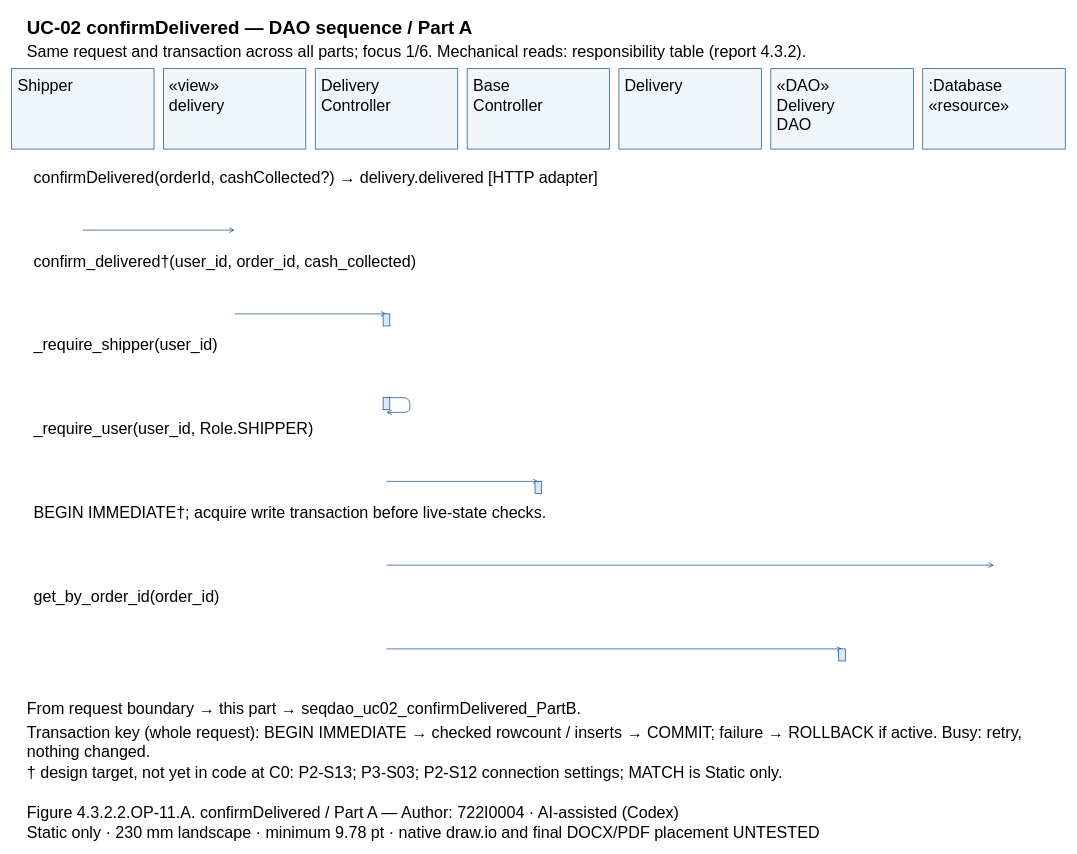
Above: models/UC-02/seqdao_uc02_confirmDelivered_PartA.drawio in Dat071104/SaigonBite (draw.io), before the change. Source tidied: cells renumbered, new cells numbered last; positions are measured from the earlier drawing's top-left corner, leaving out a move shared by most shapes. Both pictures are drawn from the tidied source at 67%, with x=0, y=0 at pixel (11, 11).
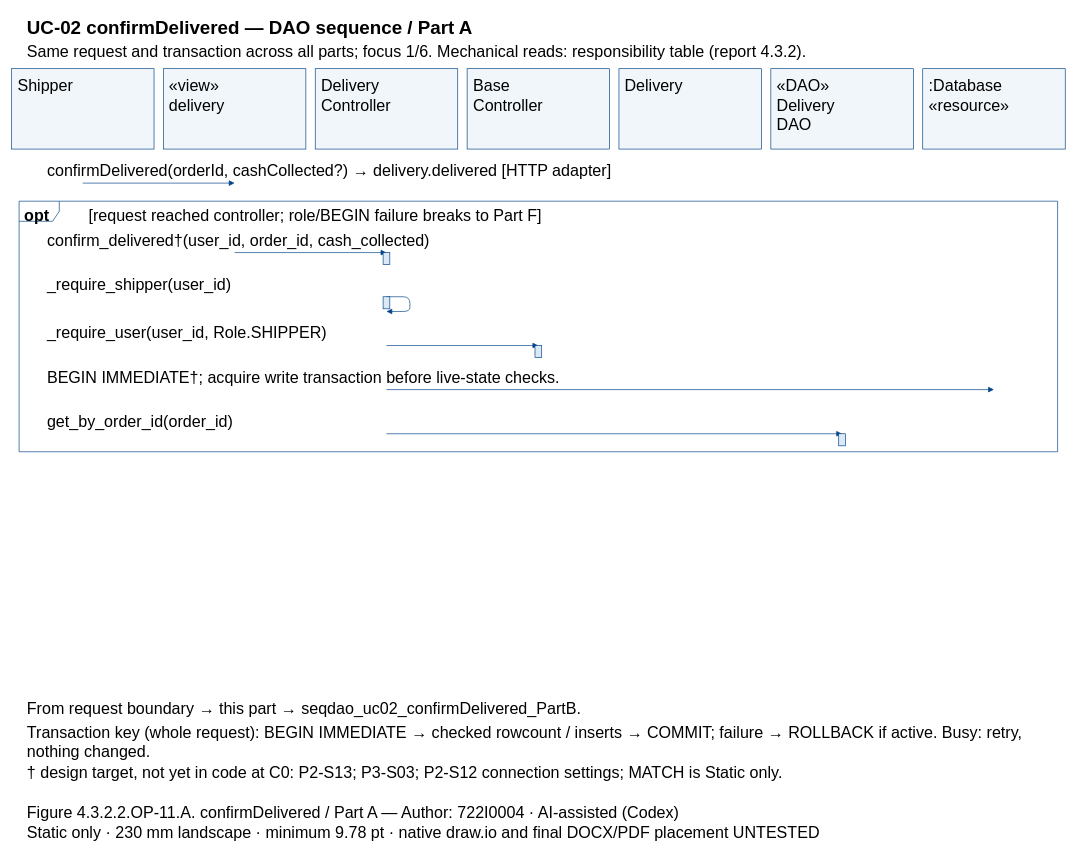
The same diagram, later.

The edit, as a diff of the source:
```diff
@@
+    <mxCell id="51" style="shape=umlFrame;fillColor=none;strokeColor=#004387;" parent="1" vertex="1">
+      <mxGeometry x="11" y="282.8" width="1550" height="374" as="geometry" />
+    </mxCell>
@@
-    <mxCell id="17" value=":Database&#10;«resource»" style="text;html=0;whiteSpace=wrap;align=left;verticalAlign=top;strokeColor=none;fillColor=none;fontFamily=Arial;fontSize=24;fontStyle=0;" parent="1" vertex="1">
-      <mxGeometry x="1366.7" y="90" width="198.7" height="55.7" as="geometry" />
-    </mxCell>
-    <mxCell id="18" value="confirmDelivered(orderId, cashCollected?) → delivery.delivered [HTTP adapter]" style="text;html=0;whiteSpace=wrap;align=left;verticalAlign=top;strokeColor=none;fillColor=none;fontFamily=Arial;fontSize=24;fontStyle=0;" parent="1" vertex="1">
-      <mxGeometry x="31" y="227" width="1510" height="27.8" as="geometry" />
+    <mxCell id="18" value=":Database&#10;«resource»" style="text;html=0;whiteSpace=wrap;align=left;verticalAlign=top;strokeColor=none;fillColor=none;fontFamily=Arial;fontSize=24;fontStyle=0;" parent="1" vertex="1">
+      <mxGeometry x="1366.7" y="90" width="198.7" height="55.7" as="geometry" />
     </mxCell>
+    <mxCell id="52" value="opt" style="text;html=0;whiteSpace=wrap;align=left;verticalAlign=top;strokeColor=none;fillColor=none;fontFamily=Arial;fontSize=24;fontStyle=1;" parent="1" vertex="1">
+      <mxGeometry x="17" y="283.8" width="84" height="27.8" as="geometry" />
+    </mxCell>
+    <mxCell id="53" value="[request reached controller; role/BEGIN failure breaks to Part F]" style="text;html=0;whiteSpace=wrap;align=left;verticalAlign=top;strokeColor=none;fillColor=none;fontFamily=Arial;fontSize=24;fontStyle=0;" parent="1" vertex="1">
+      <mxGeometry x="113" y="283.8" width="1438" height="27.8" as="geometry" />
+    </mxCell>
+    <mxCell id="54" value="confirmDelivered(orderId, cashCollected?) → delivery.delivered [HTTP adapter]" style="text;html=0;whiteSpace=wrap;align=left;verticalAlign=top;strokeColor=none;fillColor=none;fontFamily=Arial;fontSize=24;fontStyle=0;" parent="1" vertex="1">
+      <mxGeometry x="51" y="217" width="1470" height="27.8" as="geometry" />
+    </mxCell>
     <mxCell id="19" style="opacity=0;" parent="1" vertex="1">
-      <mxGeometry x="106" y="326" as="geometry" />
+      <mxGeometry x="106" y="255.8" as="geometry" />
     </mxCell>
     <mxCell id="20" style="opacity=0;" parent="1" vertex="1">
-      <mxGeometry x="332.7" y="326" as="geometry" />
+      <mxGeometry x="332.7" y="255.8" as="geometry" />
     </mxCell>
-    <mxCell id="21" style="edgeStyle=none;endArrow=open;strokeColor=#004387;exitX=0.5;entryX=0.5;exitPerimeter=0;entryPerimeter=0;" parent="1" edge="1" source="19" target="20">
+    <mxCell id="21" style="edgeStyle=none;endArrow=block;endFill=1;strokeColor=#004387;exitX=0.5;entryX=0.5;exitPerimeter=0;entryPerimeter=0;" parent="1" edge="1" source="19" target="20">
       <mxGeometry relative="1" as="geometry" />
     </mxCell>
-    <mxCell id="22" value="confirm_delivered†(user_id, order_id, cash_collected)" style="text;html=0;whiteSpace=wrap;align=left;verticalAlign=top;strokeColor=none;fillColor=none;fontFamily=Arial;fontSize=24;fontStyle=0;" parent="1" vertex="1">
-      <mxGeometry x="31" y="352" width="1510" height="27.8" as="geometry" />
-    </mxCell>
+    <mxCell id="27" value="confirm_delivered†(user_id, order_id, cash_collected)" style="text;html=0;whiteSpace=wrap;align=left;verticalAlign=top;strokeColor=none;fillColor=none;fontFamily=Arial;fontSize=24;fontStyle=0;" parent="1" vertex="1">
+      <mxGeometry x="51" y="320.7" width="1470" height="27.8" as="geometry" />
+    </mxCell>
     <mxCell id="23" style="opacity=0;" parent="1" vertex="1">
-      <mxGeometry x="332.7" y="451" as="geometry" />
+      <mxGeometry x="332.7" y="359.5" as="geometry" />
     </mxCell>
     <mxCell id="24" style="opacity=0;" parent="1" vertex="1">
-      <mxGeometry x="559.3" y="451" as="geometry" />
+      <mxGeometry x="559.3" y="359.5" as="geometry" />
     </mxCell>
-    <mxCell id="25" style="edgeStyle=none;endArrow=open;strokeColor=#004387;exitX=0.5;entryX=0.5;exitPerimeter=0;entryPerimeter=0;" parent="1" edge="1" source="23" target="24">
+    <mxCell id="25" style="edgeStyle=none;endArrow=block;endFill=1;strokeColor=#004387;exitX=0.5;entryX=0.5;exitPerimeter=0;entryPerimeter=0;" parent="1" edge="1" source="23" target="24">
       <mxGeometry relative="1" as="geometry" />
     </mxCell>
-    <mxCell id="26" style="fillColor=#DAE9F5;strokeColor=#004387;" parent="1" vertex="1">
-      <mxGeometry x="554.3" y="451" width="10" height="18" as="geometry" />
-    </mxCell>
-    <mxCell id="27" value="_require_shipper(user_id)" style="text;html=0;whiteSpace=wrap;align=left;verticalAlign=top;strokeColor=none;fillColor=none;fontFamily=Arial;fontSize=24;fontStyle=0;" parent="1" vertex="1">
-      <mxGeometry x="31" y="477" width="1510" height="27.8" as="geometry" />
-    </mxCell>
+    <mxCell id="31" style="fillColor=#DAE9F5;strokeColor=#004387;" parent="1" vertex="1">
+      <mxGeometry x="554.3" y="359.5" width="10" height="18" as="geometry" />
+    </mxCell>
+    <mxCell id="32" value="_require_shipper(user_id)" style="text;html=0;whiteSpace=wrap;align=left;verticalAlign=top;strokeColor=none;fillColor=none;fontFamily=Arial;fontSize=24;fontStyle=0;" parent="1" vertex="1">
+      <mxGeometry x="51" y="386.5" width="1470" height="27.8" as="geometry" />
+    </mxCell>
     <mxCell id="28" style="opacity=0;" parent="1" vertex="1">
-      <mxGeometry x="559.3" y="576" as="geometry" />
+      <mxGeometry x="559.3" y="425.4" as="geometry" />
     </mxCell>
     <mxCell id="29" style="opacity=0;" parent="1" vertex="1">
-      <mxGeometry x="559.3" y="598" as="geometry" />
+      <mxGeometry x="559.3" y="447.4" as="geometry" />
     </mxCell>
-    <mxCell id="30" style="edgeStyle=none;endArrow=open;strokeColor=#004387;exitX=0.5;entryX=0.5;exitPerimeter=0;entryPerimeter=0;" parent="1" edge="1" source="28" target="29">
+    <mxCell id="30" style="edgeStyle=none;endArrow=block;endFill=1;strokeColor=#004387;exitX=0.5;entryX=0.5;exitPerimeter=0;entryPerimeter=0;" parent="1" edge="1" source="28" target="29">
       <mxGeometry relative="1" as="geometry">
         <Array as="points">
-          <mxPoint x="594.3" y="576" />
-          <mxPoint x="594.3" y="598" />
+          <mxPoint x="594.3" y="425.4" />
+          <mxPoint x="594.3" y="447.4" />
         </Array>
       </mxGeometry>
     </mxCell>
-    <mxCell id="31" style="fillColor=#DAE9F5;strokeColor=#004387;" parent="1" vertex="1">
-      <mxGeometry x="554.3" y="576" width="10" height="18" as="geometry" />
-    </mxCell>
-    <mxCell id="32" value="_require_user(user_id, Role.SHIPPER)" style="text;html=0;whiteSpace=wrap;align=left;verticalAlign=top;strokeColor=none;fillColor=none;fontFamily=Arial;fontSize=24;fontStyle=0;" parent="1" vertex="1">
-      <mxGeometry x="31" y="602" width="1510" height="27.8" as="geometry" />
-    </mxCell>
+    <mxCell id="36" style="fillColor=#DAE9F5;strokeColor=#004387;" parent="1" vertex="1">
+      <mxGeometry x="554.3" y="425.4" width="10" height="18" as="geometry" />
+    </mxCell>
+    <mxCell id="37" value="_require_user(user_id, Role.SHIPPER)" style="text;html=0;whiteSpace=wrap;align=left;verticalAlign=top;strokeColor=none;fillColor=none;fontFamily=Arial;fontSize=24;fontStyle=0;" parent="1" vertex="1">
+      <mxGeometry x="51" y="459.4" width="1470" height="27.8" as="geometry" />
+    </mxCell>
     <mxCell id="33" style="opacity=0;" parent="1" vertex="1">
-      <mxGeometry x="559.3" y="701" as="geometry" />
+      <mxGeometry x="559.3" y="498.2" as="geometry" />
     </mxCell>
     <mxCell id="34" style="opacity=0;" parent="1" vertex="1">
-      <mxGeometry x="786" y="701" as="geometry" />
+      <mxGeometry x="786" y="498.2" as="geometry" />
     </mxCell>
-    <mxCell id="35" style="edgeStyle=none;endArrow=open;strokeColor=#004387;exitX=0.5;entryX=0.5;exitPerimeter=0;entryPerimeter=0;" parent="1" edge="1" source="33" target="34">
+    <mxCell id="35" style="edgeStyle=none;endArrow=block;endFill=1;strokeColor=#004387;exitX=0.5;entryX=0.5;exitPerimeter=0;entryPerimeter=0;" parent="1" edge="1" source="33" target="34">
       <mxGeometry relative="1" as="geometry" />
     </mxCell>
-    <mxCell id="36" style="fillColor=#DAE9F5;strokeColor=#004387;" parent="1" vertex="1">
-      <mxGeometry x="781" y="701" width="10" height="18" as="geometry" />
-    </mxCell>
-    <mxCell id="37" value="BEGIN IMMEDIATE†; acquire write transaction before live-state checks." style="text;html=0;whiteSpace=wrap;align=left;verticalAlign=top;strokeColor=none;fillColor=none;fontFamily=Arial;fontSize=24;fontStyle=0;" parent="1" vertex="1">
-      <mxGeometry x="31" y="727" width="1510" height="27.8" as="geometry" />
-    </mxCell>
+    <mxCell id="55" style="fillColor=#DAE9F5;strokeColor=#004387;" parent="1" vertex="1">
+      <mxGeometry x="781" y="498.2" width="10" height="18" as="geometry" />
+    </mxCell>
+    <mxCell id="56" value="BEGIN IMMEDIATE†; acquire write transaction before live-state checks." style="text;html=0;whiteSpace=wrap;align=left;verticalAlign=top;strokeColor=none;fillColor=none;fontFamily=Arial;fontSize=24;fontStyle=0;" parent="1" vertex="1">
+      <mxGeometry x="51" y="525.2" width="1470" height="27.8" as="geometry" />
+    </mxCell>
     <mxCell id="38" style="opacity=0;" parent="1" vertex="1">
-      <mxGeometry x="559.3" y="826" as="geometry" />
+      <mxGeometry x="559.3" y="564" as="geometry" />
     </mxCell>
     <mxCell id="39" style="opacity=0;" parent="1" vertex="1">
-      <mxGeometry x="1466" y="826" as="geometry" />
+      <mxGeometry x="1466" y="564" as="geometry" />
     </mxCell>
-    <mxCell id="40" style="edgeStyle=none;endArrow=open;strokeColor=#004387;exitX=0.5;entryX=0.5;exitPerimeter=0;entryPerimeter=0;" parent="1" edge="1" source="38" target="39">
+    <mxCell id="40" style="edgeStyle=none;endArrow=block;endFill=1;strokeColor=#004387;exitX=0.5;entryX=0.5;exitPerimeter=0;entryPerimeter=0;" parent="1" edge="1" source="38" target="39">
       <mxGeometry relative="1" as="geometry" />
     </mxCell>
-    <mxCell id="41" value="get_by_order_id(order_id)" style="text;html=0;whiteSpace=wrap;align=left;verticalAlign=top;strokeColor=none;fillColor=none;fontFamily=Arial;fontSize=24;fontStyle=0;" parent="1" vertex="1">
-      <mxGeometry x="31" y="852" width="1510" height="27.8" as="geometry" />
-    </mxCell>
+    <mxCell id="46" value="get_by_order_id(order_id)" style="text;html=0;whiteSpace=wrap;align=left;verticalAlign=top;strokeColor=none;fillColor=none;fontFamily=Arial;fontSize=24;fontStyle=0;" parent="1" vertex="1">
+      <mxGeometry x="51" y="591" width="1470" height="27.8" as="geometry" />
+    </mxCell>
     <mxCell id="42" style="opacity=0;" parent="1" vertex="1">
-      <mxGeometry x="559.3" y="951" as="geometry" />
+      <mxGeometry x="559.3" y="629.9" as="geometry" />
     </mxCell>
     <mxCell id="43" style="opacity=0;" parent="1" vertex="1">
-      <mxGeometry x="1239.3" y="951" as="geometry" />
+      <mxGeometry x="1239.3" y="629.9" as="geometry" />
     </mxCell>
-    <mxCell id="44" style="edgeStyle=none;endArrow=open;strokeColor=#004387;exitX=0.5;entryX=0.5;exitPerimeter=0;entryPerimeter=0;" parent="1" edge="1" source="42" target="43">
+    <mxCell id="44" style="edgeStyle=none;endArrow=block;endFill=1;strokeColor=#004387;exitX=0.5;entryX=0.5;exitPerimeter=0;entryPerimeter=0;" parent="1" edge="1" source="42" target="43">
       <mxGeometry relative="1" as="geometry" />
     </mxCell>
-    <mxCell id="45" style="fillColor=#DAE9F5;strokeColor=#004387;" parent="1" vertex="1">
-      <mxGeometry x="1234.3" y="951" width="10" height="18" as="geometry" />
-    </mxCell>
-    <mxCell id="46" value="From request boundary → this part → seqdao_uc02_confirmDelivered_PartB." style="text;html=0;whiteSpace=wrap;align=left;verticalAlign=top;strokeColor=none;fillColor=none;fontFamily=Arial;fontSize=24;fontStyle=0;" parent="1" vertex="1">
-      <mxGeometry x="21" y="1020" width="1530" height="27.8" as="geometry" />
-    </mxCell>
-    <mxCell id="47" value="Transaction key (whole request): BEGIN IMMEDIATE → checked rowcount / inserts → COMMIT; failure → ROLLBACK if active. Busy: retry,&#10;nothing changed." style="text;html=0;whiteSpace=wrap;align=left;verticalAlign=top;strokeColor=none;fillColor=none;fontFamily=Arial;fontSize=24;fontStyle=0;" parent="1" vertex="1">
-      <mxGeometry x="21" y="1055" width="1530" height="55.7" as="geometry" />
-    </mxCell>
-    <mxCell id="48" value="† design target, not yet in code at C0: P2-S13; P3-S03; P2-S12 connection settings; MATCH is Static only." style="text;html=0;whiteSpace=wrap;align=left;verticalAlign=top;strokeColor=none;fillColor=none;fontFamily=Arial;fontSize=24;fontStyle=0;" parent="1" vertex="1">
-      <mxGeometry x="21" y="1115" width="1530" height="27.8" as="geometry" />
-    </mxCell>
+    <mxCell id="57" style="fillColor=#DAE9F5;strokeColor=#004387;" parent="1" vertex="1">
+      <mxGeometry x="1234.3" y="629.9" width="10" height="18" as="geometry" />
+    </mxCell>
-    <mxCell id="49" value="Figure 4.3.2.2.OP-11.A. confirmDelivered / Part A — Author: 722I0004 · AI-assisted (Codex)" style="text;html=0;whiteSpace=wrap;align=left;verticalAlign=top;strokeColor=none;fillColor=none;fontFamily=Arial;fontSize=24;fontStyle=0;" parent="1" vertex="1">
-      <mxGeometry x="21" y="1175" width="1530" height="27.8" as="geometry" />
+    <mxCell id="49" value="From request boundary → this part → seqdao_uc02_confirmDelivered_PartB." style="text;html=0;whiteSpace=wrap;align=left;verticalAlign=top;strokeColor=none;fillColor=none;fontFamily=Arial;fontSize=24;fontStyle=0;" parent="1" vertex="1">
+      <mxGeometry x="21" y="1020" width="1530" height="27.8" as="geometry" />
     </mxCell>
-    <mxCell id="50" value="Static only · 230 mm landscape · minimum 9.78 pt · native draw.io and final DOCX/PDF placement UNTESTED" style="text;html=0;whiteSpace=wrap;align=left;verticalAlign=top;strokeColor=none;fillColor=none;fontFamily=Arial;fontSize=24;fontStyle=0;" parent="1" vertex="1">
-      <mxGeometry x="21" y="1205" width="1530" height="27.8" as="geometry" />
+    <mxCell id="50" value="Transaction key (whole request): BEGIN IMMEDIATE → checked rowcount / inserts → COMMIT; failure → ROLLBACK if active. Busy: retry,&#10;nothing changed." style="text;html=0;whiteSpace=wrap;align=left;verticalAlign=top;strokeColor=none;fillColor=none;fontFamily=Arial;fontSize=24;fontStyle=0;" parent="1" vertex="1">
+      <mxGeometry x="21" y="1055" width="1530" height="55.7" as="geometry" />
     </mxCell>
+    <mxCell id="48" value="† design target, not yet in code at C0: P2-S13; P3-S03; P2-S12 connection settings; MATCH is Static only." style="text;html=0;whiteSpace=wrap;align=left;verticalAlign=top;strokeColor=none;fillColor=none;fontFamily=Arial;fontSize=24;fontStyle=0;" parent="1" vertex="1">
+      <mxGeometry x="21" y="1115" width="1530" height="27.8" as="geometry" />
+    </mxCell>
+    <mxCell id="58" value="Figure 4.3.2.2.OP-11.A. confirmDelivered / Part A — Author: 722I0004 · AI-assisted (Codex)" style="text;html=0;whiteSpace=wrap;align=left;verticalAlign=top;strokeColor=none;fillColor=none;fontFamily=Arial;fontSize=24;fontStyle=0;" parent="1" vertex="1">
+      <mxGeometry x="21" y="1175" width="1530" height="27.8" as="geometry" />
+    </mxCell>
+    <mxCell id="59" value="Static only · 230 mm landscape · minimum 9.78 pt · native draw.io and final DOCX/PDF placement UNTESTED" style="text;html=0;whiteSpace=wrap;align=left;verticalAlign=top;strokeColor=none;fillColor=none;fontFamily=Arial;fontSize=24;fontStyle=0;" parent="1" vertex="1">
+      <mxGeometry x="21" y="1205" width="1530" height="27.8" as="geometry" />
+    </mxCell>
```
